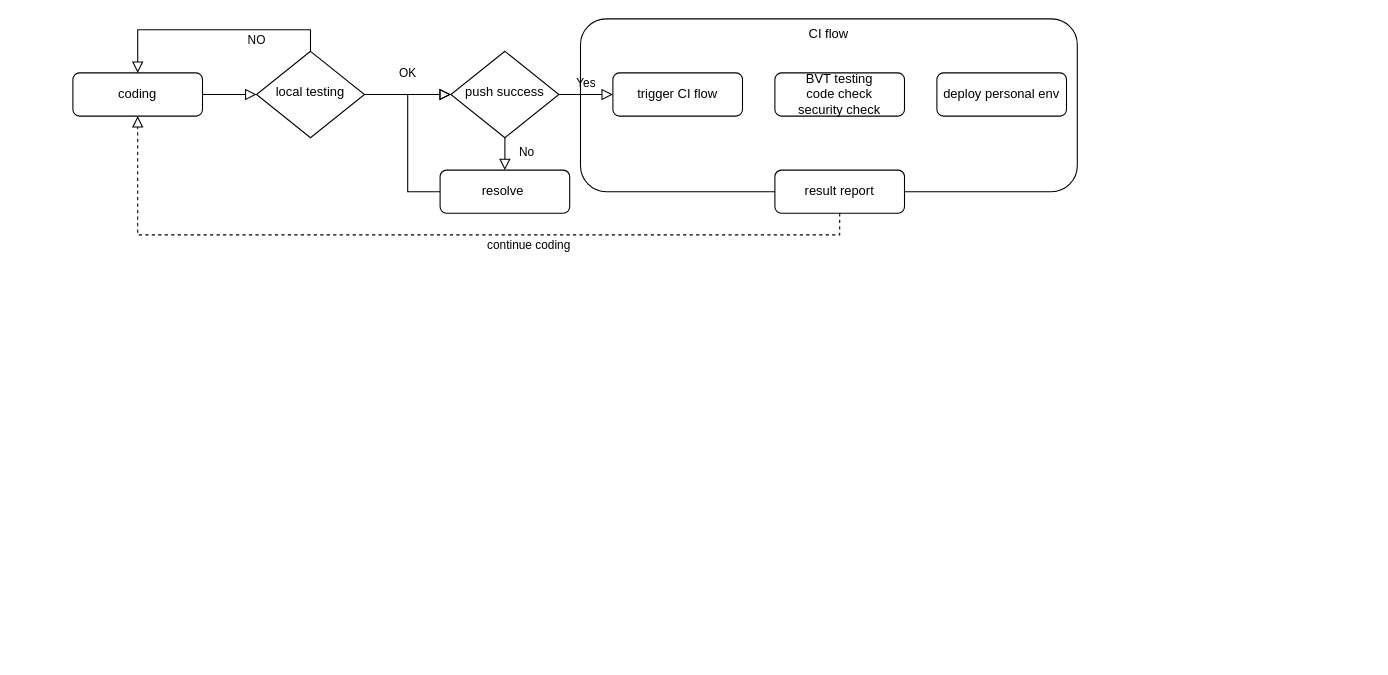
The draw.io diagram page "Page-1" (1 of 2) of Untitled Diagram.drawio in lufy2010/cicd, before the edit. Source tidied: cells renumbered, new cells numbered last; positions are measured from the earlier drawing's top-left corner, leaving out a move shared by most shapes. Both pictures are drawn from the tidied source at 108%, with x=0, y=0 at pixel (72, 18).
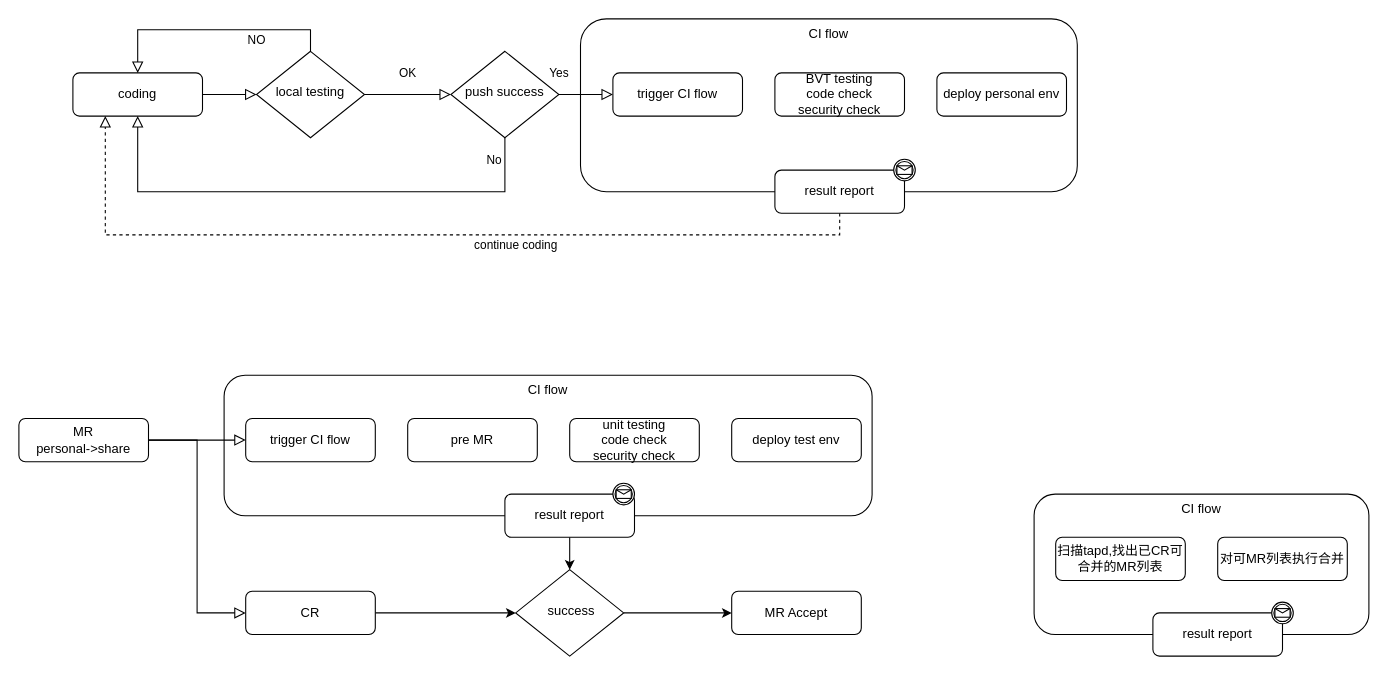
After the change.

Unchanged cells that the change refers to:
```xml
<mxCell id="4" value="coding" style="rounded=1;whiteSpace=wrap;html=1;fontSize=12;glass=0;strokeWidth=1;shadow=0;" parent="1" vertex="1">
  <mxGeometry y="50" width="120" height="40" as="geometry" />
</mxCell>
<mxCell id="10" value="push success" style="rhombus;whiteSpace=wrap;html=1;shadow=0;fontFamily=Helvetica;fontSize=12;align=center;strokeWidth=1;spacing=6;spacingTop=-4;" parent="1" vertex="1">
  <mxGeometry x="350" y="30" width="100" height="80" as="geometry" />
</mxCell>
<mxCell id="12" value="trigger CI flow" style="rounded=1;whiteSpace=wrap;html=1;fontSize=12;glass=0;strokeWidth=1;shadow=0;" parent="1" vertex="1">
  <mxGeometry x="500" y="50" width="120" height="40" as="geometry" />
</mxCell>
<mxCell id="16" value="result report" style="rounded=1;whiteSpace=wrap;html=1;fontSize=12;glass=0;strokeWidth=1;shadow=0;" parent="1" vertex="1">
  <mxGeometry x="650" y="140" width="120" height="40" as="geometry" />
</mxCell>
```

Change to the diagram source:
```diff
@@
+    <mxCell id="18" value="CI flow" style="html=1;whiteSpace=wrap;rounded=1;gradientColor=none;fillColor=none;verticalAlign=top;" parent="1" vertex="1">
+      <mxGeometry x="890" y="440" width="310" height="130" as="geometry" />
+    </mxCell>
+    <mxCell id="17" value="continue coding" style="edgeStyle=orthogonalEdgeStyle;rounded=0;html=1;jettySize=auto;fontSize=11;endArrow=block;endFill=0;endSize=8;strokeWidth=1;shadow=0;labelBackgroundColor=none;entryX=0.25;entryY=1;entryDx=0;entryDy=0;exitX=0.5;exitY=1;exitDx=0;exitDy=0;dashed=1;" parent="1" edge="1" source="16" target="4">
+      <mxGeometry x="-0.21" y="10" relative="1" as="geometry">
+        <Array as="points">
+          <mxPoint x="710" y="200" />
+          <mxPoint x="30" y="200" />
+        </Array>
+      </mxGeometry>
+    </mxCell>
@@
-    <mxCell id="8" value="No" style="rounded=0;html=1;jettySize=auto;fontSize=11;endArrow=block;endFill=0;endSize=8;strokeWidth=1;shadow=0;labelBackgroundColor=none;edgeStyle=orthogonalEdgeStyle;" parent="1" edge="1" source="10" target="11">
-      <mxGeometry x="0.33" y="20" relative="1" as="geometry" />
+    <mxCell id="8" value="No" style="rounded=0;html=1;jettySize=auto;fontSize=11;endArrow=block;endFill=0;endSize=8;strokeWidth=1;shadow=0;labelBackgroundColor=none;edgeStyle=orthogonalEdgeStyle;" parent="1" edge="1" source="10">
+      <mxGeometry x="-0.91" y="-10" relative="1" as="geometry">
+        <mxPoint x="60" y="90" as="targetPoint" />
+        <Array as="points">
+          <mxPoint x="400" y="160" />
+          <mxPoint x="60" y="160" />
+        </Array>
+      </mxGeometry>
     </mxCell>
     <mxCell id="9" value="Yes" style="edgeStyle=orthogonalEdgeStyle;rounded=0;html=1;jettySize=auto;fontSize=11;endArrow=block;endFill=0;endSize=8;strokeWidth=1;shadow=0;labelBackgroundColor=none;" parent="1" edge="1" source="10" target="12">
-      <mxGeometry y="10" relative="1" as="geometry" />
+      <mxGeometry x="-1" y="20" relative="1" as="geometry" />
     </mxCell>
@@
-    <mxCell id="11" value="resolve&amp;nbsp;" style="rounded=1;whiteSpace=wrap;html=1;fontSize=12;glass=0;strokeWidth=1;shadow=0;" parent="1" vertex="1">
-      <mxGeometry x="340" y="140" width="120" height="40" as="geometry" />
-    </mxCell>
@@
-    <mxCell id="13" style="rounded=0;html=1;jettySize=auto;fontSize=11;endArrow=block;endFill=0;endSize=8;strokeWidth=1;shadow=0;labelBackgroundColor=none;edgeStyle=orthogonalEdgeStyle;exitX=0;exitY=0.5;exitDx=0;exitDy=0;entryX=0;entryY=0.5;entryDx=0;entryDy=0;" parent="1" edge="1" source="11" target="10">
-      <mxGeometry x="0.33" y="20" relative="1" as="geometry">
-        <Array as="points">
-          <mxPoint x="310" y="160" />
-          <mxPoint x="310" y="70" />
-        </Array>
-      </mxGeometry>
-    </mxCell>
@@
-    <mxCell id="17" value="continue coding" style="edgeStyle=orthogonalEdgeStyle;rounded=0;html=1;jettySize=auto;fontSize=11;endArrow=block;endFill=0;endSize=8;strokeWidth=1;shadow=0;labelBackgroundColor=none;entryX=0.5;entryY=1;entryDx=0;entryDy=0;exitX=0.5;exitY=1;exitDx=0;exitDy=0;dashed=1;" parent="1" edge="1" source="16" target="4">
-      <mxGeometry x="-0.21" y="10" relative="1" as="geometry">
-        <Array as="points">
-          <mxPoint x="710" y="200" />
-          <mxPoint x="60" y="200" />
-        </Array>
-      </mxGeometry>
-    </mxCell>
+    <mxCell id="19" value="MR&lt;br&gt;personal-&amp;gt;share" style="rounded=1;whiteSpace=wrap;html=1;fontSize=12;glass=0;strokeWidth=1;shadow=0;" parent="1" vertex="1">
+      <mxGeometry x="-50" y="370" width="120" height="40" as="geometry" />
+    </mxCell>
+    <mxCell id="20" style="edgeStyle=orthogonalEdgeStyle;rounded=0;jettySize=auto;html=1;" parent="1" edge="1" source="21" target="39">
+      <mxGeometry relative="1" as="geometry" />
+    </mxCell>
+    <mxCell id="21" value="CR" style="rounded=1;whiteSpace=wrap;html=1;fontSize=12;glass=0;strokeWidth=1;shadow=0;" parent="1" vertex="1">
+      <mxGeometry x="160" y="530" width="120" height="40" as="geometry" />
+    </mxCell>
+    <mxCell id="22" value="trigger CI flow" style="rounded=1;whiteSpace=wrap;html=1;fontSize=12;glass=0;strokeWidth=1;shadow=0;" parent="1" vertex="1">
+      <mxGeometry x="160" y="370" width="120" height="40" as="geometry" />
+    </mxCell>
+    <mxCell id="23" value="pre MR" style="rounded=1;whiteSpace=wrap;html=1;fontSize=12;glass=0;strokeWidth=1;shadow=0;" parent="1" vertex="1">
+      <mxGeometry x="310" y="370" width="120" height="40" as="geometry" />
+    </mxCell>
+    <mxCell id="24" value="unit testing&lt;br&gt;code check&lt;br&gt;security check" style="rounded=1;whiteSpace=wrap;html=1;fontSize=12;glass=0;strokeWidth=1;shadow=0;" parent="1" vertex="1">
+      <mxGeometry x="460" y="370" width="120" height="40" as="geometry" />
+    </mxCell>
+    <mxCell id="25" value="deploy test env" style="rounded=1;whiteSpace=wrap;html=1;fontSize=12;glass=0;strokeWidth=1;shadow=0;" parent="1" vertex="1">
+      <mxGeometry x="610" y="370" width="120" height="40" as="geometry" />
+    </mxCell>
+    <mxCell id="26" value="CI flow" style="html=1;whiteSpace=wrap;rounded=1;gradientColor=none;fillColor=none;verticalAlign=top;" parent="1" vertex="1">
+      <mxGeometry x="140" y="330" width="600" height="130" as="geometry" />
+    </mxCell>
+    <mxCell id="27" style="edgeStyle=orthogonalEdgeStyle;rounded=0;jettySize=auto;html=1;" parent="1" edge="1" source="28" target="39">
+      <mxGeometry relative="1" as="geometry" />
+    </mxCell>
+    <mxCell id="28" value="result report" style="rounded=1;whiteSpace=wrap;html=1;fontSize=12;glass=0;strokeWidth=1;shadow=0;" parent="1" vertex="1">
+      <mxGeometry x="400" y="440" width="120" height="40" as="geometry" />
+    </mxCell>
+    <mxCell id="29" style="rounded=0;html=1;jettySize=auto;fontSize=11;endArrow=block;endFill=0;endSize=8;strokeWidth=1;shadow=0;labelBackgroundColor=none;edgeStyle=orthogonalEdgeStyle;entryX=0;entryY=0.5;entryDx=0;entryDy=0;exitX=1;exitY=0.5;exitDx=0;exitDy=0;" parent="1" edge="1" source="19" target="21">
+      <mxGeometry relative="1" as="geometry" />
+    </mxCell>
+    <mxCell id="30" style="rounded=0;html=1;jettySize=auto;fontSize=11;endArrow=block;endFill=0;endSize=8;strokeWidth=1;shadow=0;labelBackgroundColor=none;edgeStyle=orthogonalEdgeStyle;exitX=1;exitY=0.5;exitDx=0;exitDy=0;" parent="1" edge="1" source="19">
+      <mxGeometry relative="1" as="geometry">
+        <mxPoint x="160" y="390" as="targetPoint" />
+      </mxGeometry>
+    </mxCell>
+    <mxCell id="31" style="shape=mxgraph.bpmn.shape;html=1;verticalLabelPosition=bottom;labelBackgroundColor=#ffffff;verticalAlign=top;align=center;perimeter=ellipsePerimeter;outline=catching;symbol=message;" parent="1" vertex="1">
+      <mxGeometry x="760" y="130" width="20" height="20" as="geometry" />
+    </mxCell>
+    <mxCell id="32" style="shape=mxgraph.bpmn.shape;html=1;verticalLabelPosition=bottom;labelBackgroundColor=#ffffff;verticalAlign=top;align=center;perimeter=ellipsePerimeter;outline=catching;symbol=message;" parent="1" vertex="1">
+      <mxGeometry x="500" y="430" width="20" height="20" as="geometry" />
+    </mxCell>
+    <mxCell id="33" value="扫描tapd,找出已CR可&lt;br&gt;合并的MR列表" style="rounded=1;whiteSpace=wrap;html=1;fontSize=12;glass=0;strokeWidth=1;shadow=0;" parent="1" vertex="1">
+      <mxGeometry x="910" y="480" width="120" height="40" as="geometry" />
+    </mxCell>
+    <mxCell id="34" value="对可MR列表执行合并" style="rounded=1;whiteSpace=wrap;html=1;fontSize=12;glass=0;strokeWidth=1;shadow=0;" parent="1" vertex="1">
+      <mxGeometry x="1060" y="480" width="120" height="40" as="geometry" />
+    </mxCell>
+    <mxCell id="35" value="result report" style="rounded=1;whiteSpace=wrap;html=1;fontSize=12;glass=0;strokeWidth=1;shadow=0;" parent="1" vertex="1">
+      <mxGeometry x="1000" y="550" width="120" height="40" as="geometry" />
+    </mxCell>
+    <mxCell id="36" style="shape=mxgraph.bpmn.shape;html=1;verticalLabelPosition=bottom;labelBackgroundColor=#ffffff;verticalAlign=top;align=center;perimeter=ellipsePerimeter;outline=catching;symbol=message;" parent="1" vertex="1">
+      <mxGeometry x="1110" y="540" width="20" height="20" as="geometry" />
+    </mxCell>
+    <mxCell id="37" value="MR Accept" style="rounded=1;whiteSpace=wrap;html=1;fontSize=12;glass=0;strokeWidth=1;shadow=0;" parent="1" vertex="1">
+      <mxGeometry x="610" y="530" width="120" height="40" as="geometry" />
+    </mxCell>
+    <mxCell id="38" style="edgeStyle=orthogonalEdgeStyle;rounded=0;jettySize=auto;html=1;entryX=0;entryY=0.5;entryDx=0;entryDy=0;" parent="1" edge="1" source="39" target="37">
+      <mxGeometry relative="1" as="geometry" />
+    </mxCell>
+    <mxCell id="39" value="&amp;nbsp;success" style="rhombus;whiteSpace=wrap;html=1;shadow=0;fontFamily=Helvetica;fontSize=12;align=center;strokeWidth=1;spacing=6;spacingTop=-4;" parent="1" vertex="1">
+      <mxGeometry x="410" y="510" width="100" height="80" as="geometry" />
+    </mxCell>
```
